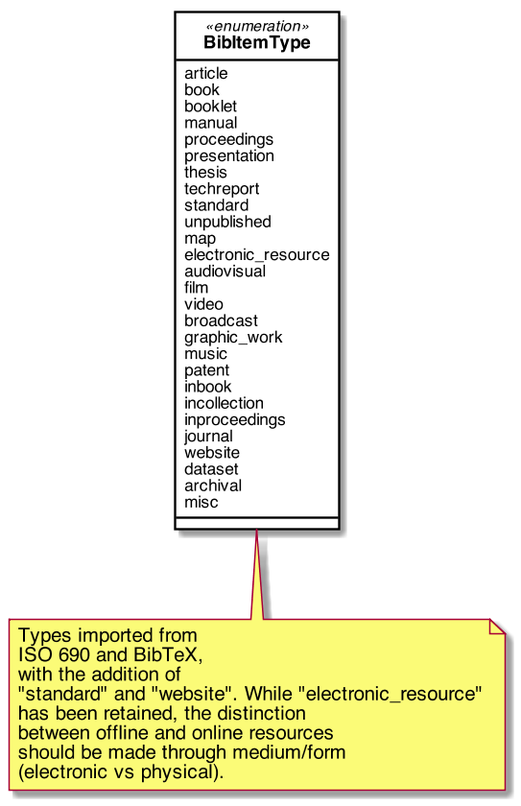
The PlantUML diagram images/RelBib_BibItemType.png in relaton/relaton-models, before a commit.
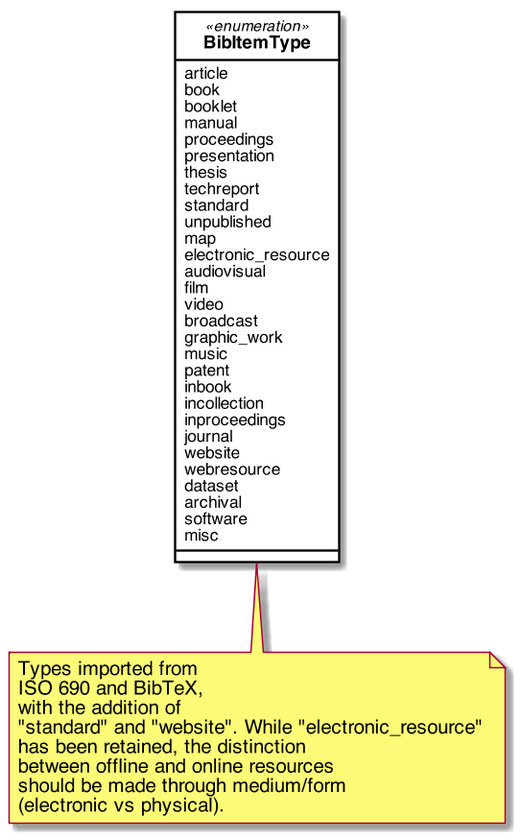
Later version of the same file.

Diff of the diagram source:
```diff
@@ -67,8 +67,10 @@
     inproceedings
     journal
     website
+    webresource
     dataset
     archival
+    software
     misc
 }
 
```
